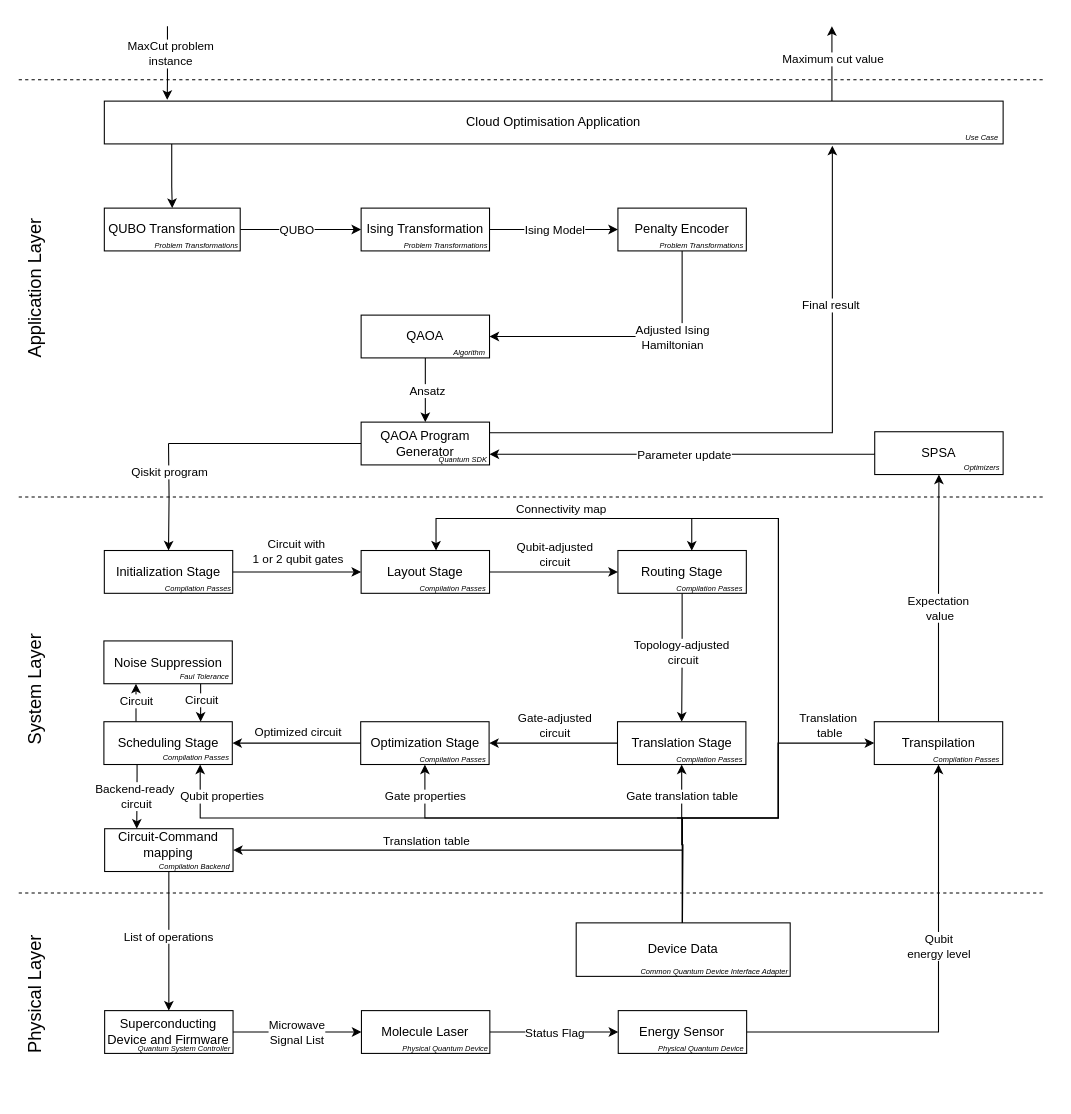
FullStaQD/architecture keeps this draw.io diagram as page "scenario2" (2 of 4) of docs/scenario-based-analysis/images/scenarios.drawio. Above is the earlier version. Source tidied: cells renumbered, new cells numbered last; positions are measured from the earlier drawing's top-left corner, leaving out a move shared by most shapes. Both pictures are drawn from the tidied source at 107%, with x=0, y=0 at pixel (-57, 26).
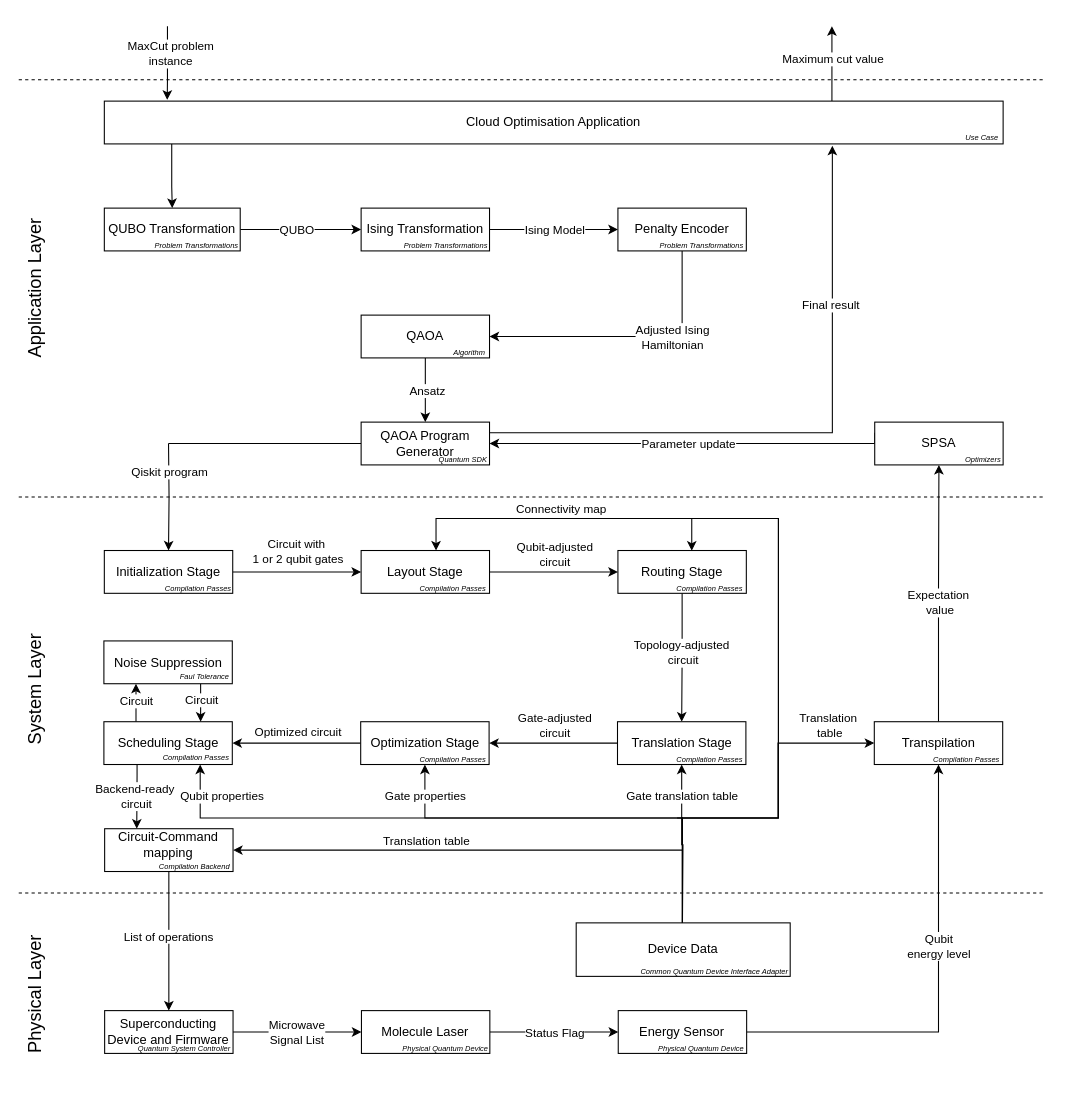
The same page after the edit.

Change to the diagram source:
```diff
@@
-    <mxCell id="70" style="edgeStyle=orthogonalEdgeStyle;rounded=0;jettySize=auto;html=1;exitX=0;exitY=0.5;exitDx=0;exitDy=0;" parent="1" edge="1" source="72">
+    <mxCell id="70" style="edgeStyle=orthogonalEdgeStyle;rounded=0;orthogonalLoop=1;jettySize=auto;html=1;exitX=0;exitY=0.5;exitDx=0;exitDy=0;" parent="1" edge="1">
       <mxGeometry relative="1" as="geometry">
-        <mxPoint x="510" y="400" as="targetPoint" />
+        <mxPoint x="870" y="380" as="sourcePoint" />
+        <mxPoint x="510" y="390" as="targetPoint" />
         <Array as="points">
-          <mxPoint x="870" y="400" />
+          <mxPoint x="870" y="390" />
         </Array>
       </mxGeometry>
     </mxCell>
@@
     <mxCell id="72" value="SPSA" style="rounded=0;whiteSpace=wrap;html=1;" parent="1" vertex="1">
-      <mxGeometry x="870" y="379" width="120" height="40" as="geometry" />
+      <mxGeometry x="870" y="370" width="120" height="40" as="geometry" />
     </mxCell>
@@
     <mxCell id="91" value="&lt;i&gt;&lt;font style=&quot;font-size: 7px;&quot;&gt;Optimizers&lt;/font&gt;&lt;/i&gt;" style="text;html=1;whiteSpace=wrap;strokeColor=none;fillColor=none;align=center;verticalAlign=middle;rounded=0;" parent="1" vertex="1">
-      <mxGeometry x="913.1" y="403" width="114.7" height="16" as="geometry" />
+      <mxGeometry x="914.1" y="396" width="114.7" height="16" as="geometry" />
     </mxCell>
```
